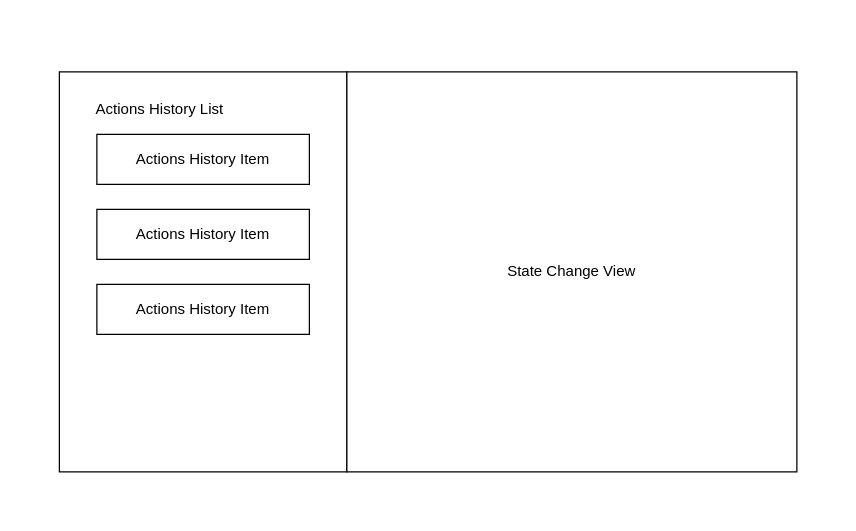
enspyrco/monorepo keeps this draw.io diagram as page "Domain" (1 of 4) of packages/flutter/utils/redaux_dev_tools_screen/docs/design/actions_history_item.dio. Above is the earlier version. Source tidied: cells renumbered, new cells numbered last; positions are measured from the earlier drawing's top-left corner, leaving out a move shared by most shapes. Both pictures are drawn from the tidied source at 125%, with x=0, y=0 at pixel (59, 71).
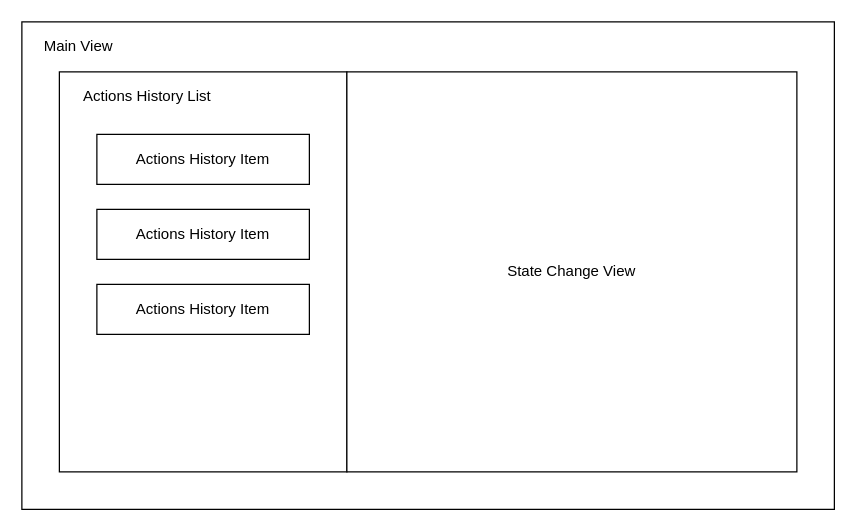
The same diagram, later.

Change to the diagram source:
```diff
@@
 <mxGraphModel>
   <root>
     <mxCell id="0" />
     <mxCell id="1" parent="0" />
+    <mxCell id="8" style="whiteSpace=wrap;html=1;" parent="1" vertex="1">
+      <mxGeometry x="-30" y="-40" width="650" height="390" as="geometry" />
+    </mxCell>
     <mxCell id="2" style="whiteSpace=wrap;html=1;" parent="1" vertex="1">
       <mxGeometry width="230" height="320" as="geometry" />
     </mxCell>
     <mxCell id="3" value="Actions History List" style="text;html=1;align=center;verticalAlign=middle;strokeColor=none;fillColor=none;" parent="1" vertex="1">
-      <mxGeometry x="20" y="20" width="120" height="20" as="geometry" />
+      <mxGeometry x="10" y="10" width="120" height="20" as="geometry" />
     </mxCell>
     <mxCell id="4" value="Actions History Item" style="whiteSpace=wrap;html=1;" parent="1" vertex="1">
       <mxGeometry x="30" y="50" width="170" height="40" as="geometry" />
     </mxCell>
     <mxCell id="5" value="Actions History Item" style="whiteSpace=wrap;html=1;" parent="1" vertex="1">
       <mxGeometry x="30" y="110" width="170" height="40" as="geometry" />
     </mxCell>
     <mxCell id="6" value="Actions History Item" style="whiteSpace=wrap;html=1;" parent="1" vertex="1">
       <mxGeometry x="30" y="170" width="170" height="40" as="geometry" />
     </mxCell>
     <mxCell id="7" value="State Change View" style="whiteSpace=wrap;html=1;" parent="1" vertex="1">
       <mxGeometry x="230" width="360" height="320" as="geometry" />
     </mxCell>
+    <mxCell id="9" value="Main View" style="text;html=1;align=center;verticalAlign=middle;strokeColor=none;fillColor=none;" parent="1" vertex="1">
+      <mxGeometry x="-20" y="-30" width="70" height="20" as="geometry" />
+    </mxCell>
   </root>
 </mxGraphModel>
```
